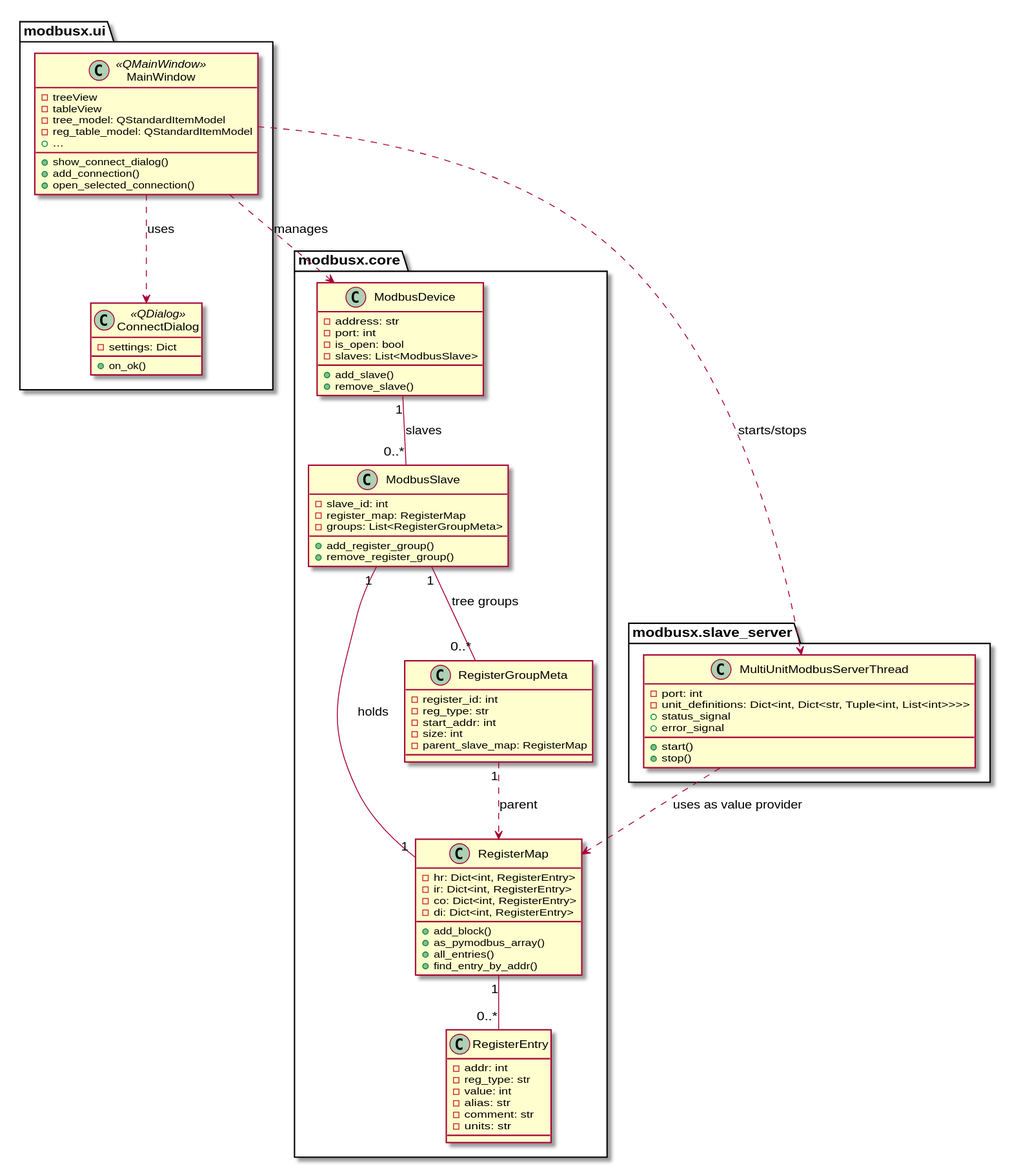
The PlantUML diagram docs/diagrams/generated/class_diagram.svg in sweeboon/ModBusX, before a commit.
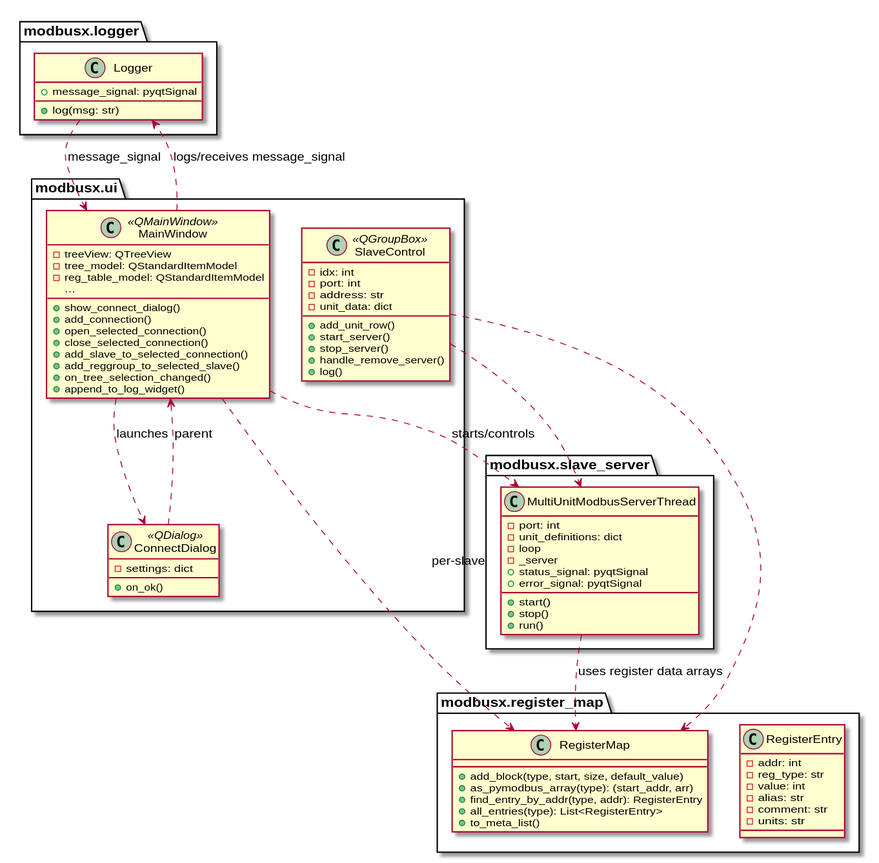
After the commit.

Commit message:
[Automated] Update PlantUML diagrams

Change to the diagram source:
```diff
@@ -1,31 +1,7 @@
 @startuml
-package "modbusx.core" {
-    class ModbusDevice {
-        - address: str
-        - port: int
-        - is_open: bool
-        - slaves: List<ModbusSlave>
-        + add_slave()
-        + remove_slave()
-    }
 
-    class ModbusSlave {
-        - slave_id: int
-        - register_map: RegisterMap
-        - groups: List<RegisterGroupMeta>
-        + add_register_group()
-        + remove_register_group()
-    }
-    class RegisterMap {
-        - hr: Dict<int, RegisterEntry>
-        - ir: Dict<int, RegisterEntry>
-        - co: Dict<int, RegisterEntry>
-        - di: Dict<int, RegisterEntry>
-        + add_block()
-        + as_pymodbus_array()
-        + all_entries()
-        + find_entry_by_addr()
-    }
+
+package "modbusx.register_map" {
     class RegisterEntry {
         - addr: int
         - reg_type: str
@@ -34,53 +10,83 @@
         - comment: str
         - units: str
     }
-    class RegisterGroupMeta {
-        - register_id: int
-        - reg_type: str
-        - start_addr: int
-        - size: int
-        - parent_slave_map: RegisterMap
+    class RegisterMap {
+        + add_block(type, start, size, default_value)
+        + as_pymodbus_array(type): (start_addr, arr)
+        + find_entry_by_addr(type, addr): RegisterEntry
+        + all_entries(type): List<RegisterEntry>
+        + to_meta_list()
+    }
+}
+
+package "modbusx.logger" {
+    class Logger {
+        + log(msg: str)
+        + message_signal: pyqtSignal
     }
 }
 
 package "modbusx.slave_server" {
     class MultiUnitModbusServerThread {
         - port: int
-        - unit_definitions: Dict<int, Dict<str, Tuple<int, List<int>>>>
+        - unit_definitions: dict
+        - loop
+        - _server
+        + status_signal: pyqtSignal
+        + error_signal: pyqtSignal
         + start()
         + stop()
-        + status_signal
-        + error_signal
+        + run()
     }
 }
 
 package "modbusx.ui" {
     class MainWindow <<QMainWindow>> {
-        - treeView
-        - tableView
+        - treeView: QTreeView
         - tree_model: QStandardItemModel
         - reg_table_model: QStandardItemModel
         + show_connect_dialog()
         + add_connection()
         + open_selected_connection()
-        + ...
+        + close_selected_connection()
+        + add_slave_to_selected_connection()
+        + add_reggroup_to_selected_slave()
+        + on_tree_selection_changed()
+        + append_to_log_widget()
+        ...
     }
+
     class ConnectDialog <<QDialog>> {
-        - settings: Dict
+        - settings: dict
         + on_ok()
+    }
+
+    class SlaveControl <<QGroupBox>> {
+        - idx: int
+        - port: int
+        - address: str
+        - unit_data: dict
+        + add_unit_row()
+        + start_server()
+        + stop_server()
+        + handle_remove_server()
+        + log()
     }
 }
 
-ModbusDevice "1" -- "0..*" ModbusSlave : slaves
-ModbusSlave "1" -- "1" RegisterMap : "holds"
-ModbusSlave "1" -- "0..*" RegisterGroupMeta : "tree groups"
-RegisterMap "1" -- "0..*" RegisterEntry
-RegisterGroupMeta "1" ..> RegisterMap : parent
 
-MainWindow ..> ModbusDevice : manages
-MainWindow ..> MultiUnitModbusServerThread : starts/stops
-MainWindow ..> ConnectDialog : uses
+MainWindow ..> RegisterMap       : per-slave
+MainWindow ..> MultiUnitModbusServerThread : starts/controls
+MainWindow ..> ConnectDialog     : launches
+MainWindow ..> Logger            : logs/receives message_signal
 
-MultiUnitModbusServerThread ..> RegisterMap : uses as value provider
+MultiUnitModbusServerThread ..> RegisterMap : uses register data arrays
+
+ConnectDialog ..> MainWindow : parent
+
+SlaveControl ..> RegisterMap
+SlaveControl ..> MultiUnitModbusServerThread
+
+Logger ..> MainWindow : message_signal
 
 @enduml
```
